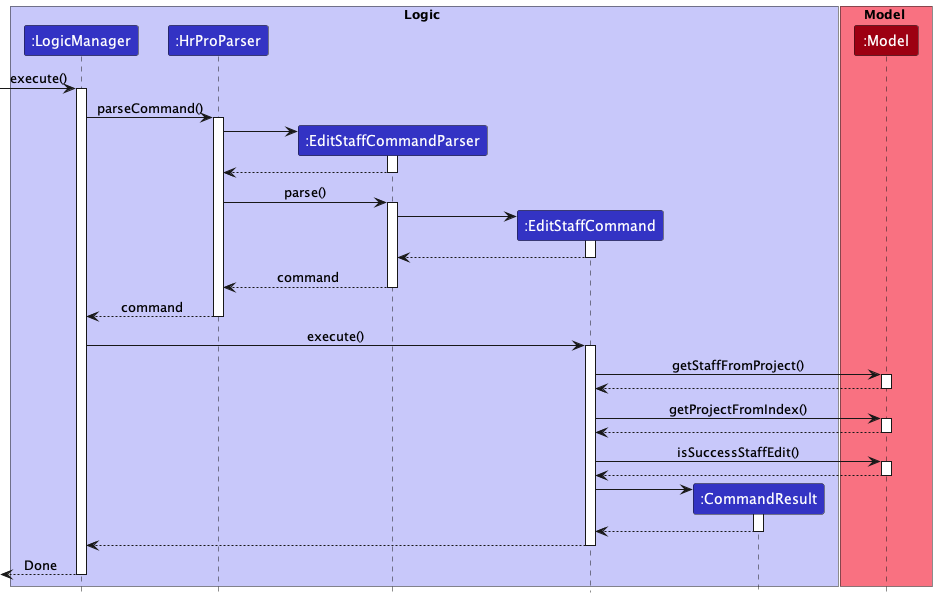
Earlier version of the PlantUML export docs/images/EditStaffCommandSequenceDiagram.png (nus-cs2103-AY2223S1/tp).
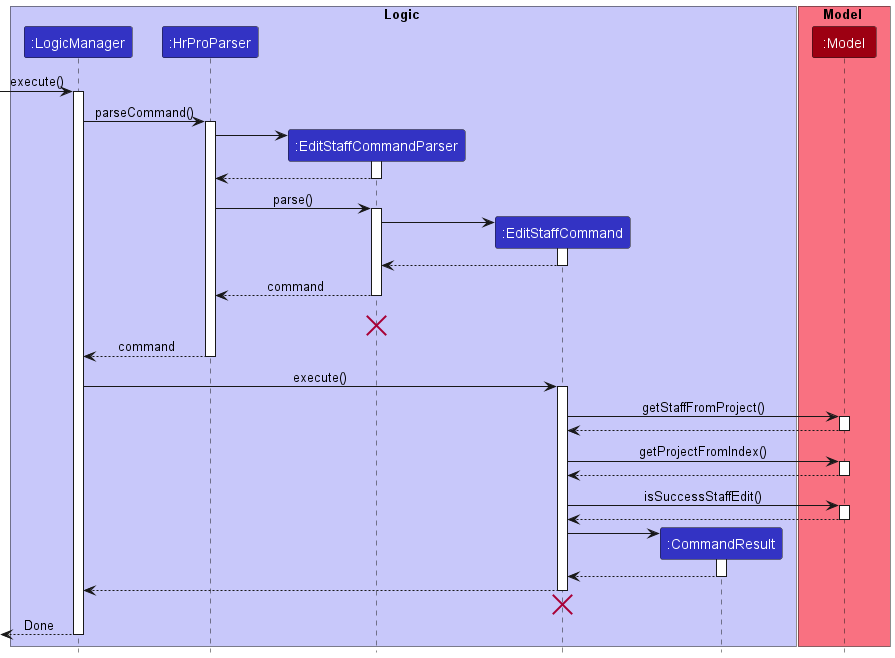
The same file after the commit.

The edit, as a diff of the source:
```diff
@@ -37,6 +37,8 @@
 
 EditStaffCommandParser --> HrProParser: command
 deactivate EditStaffCommandParser
+EditStaffCommandParser -[hidden]-> HrProParser: command
+destroy EditStaffCommandParser
 
 HrProParser --> LogicManager : command
 deactivate HrProParser
@@ -67,6 +69,8 @@
 
 EditStaffCommand --> LogicManager
 deactivate EditStaffCommand
+EditStaffCommand -[hidden]-> LogicManager
+destroy EditStaffCommand
 
 [<--LogicManager : Done
 deactivate LogicManager
```
